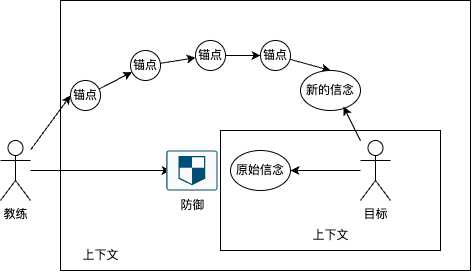
The draw.io diagram src/column/tech-lead/how-to-influence-people/reframing.drawio.png in linksgo2011/shaogefenhao-v2, before a commit. Source tidied: cells renumbered, new cells last; positions are measured from the earlier drawing's top-left corner, leaving out a move shared by most shapes.
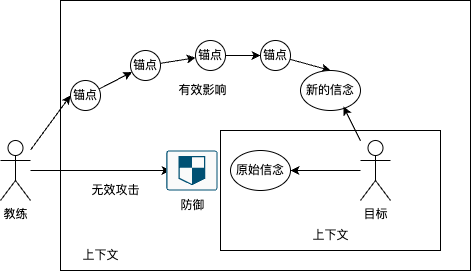
Later version of the same file.

Change to the diagram source:
```diff
@@ -70,5 +70,11 @@
     <mxCell id="23" style="sketch=0;verticalLabelPosition=bottom;html=1;verticalAlign=top;align=center;shape=mxgraph.cisco19.rect;prIcon=shield;fillColor=#FAFAFA;strokeColor=#005073;" parent="1" vertex="1">
       <mxGeometry x="165.8" y="150" width="51.2" height="40" as="geometry" />
     </mxCell>
+    <mxCell id="24" value="无效攻击" style="text;html=1;align=center;verticalAlign=middle;strokeColor=none;fillColor=none;" parent="1" vertex="1">
+      <mxGeometry x="80" y="175" width="70" height="30" as="geometry" />
+    </mxCell>
+    <mxCell id="25" value="有效影响" style="text;html=1;align=center;verticalAlign=middle;strokeColor=none;fillColor=none;" parent="1" vertex="1">
+      <mxGeometry x="167" y="75" width="70" height="30" as="geometry" />
+    </mxCell>
   </root>
 </mxGraphModel>
```
